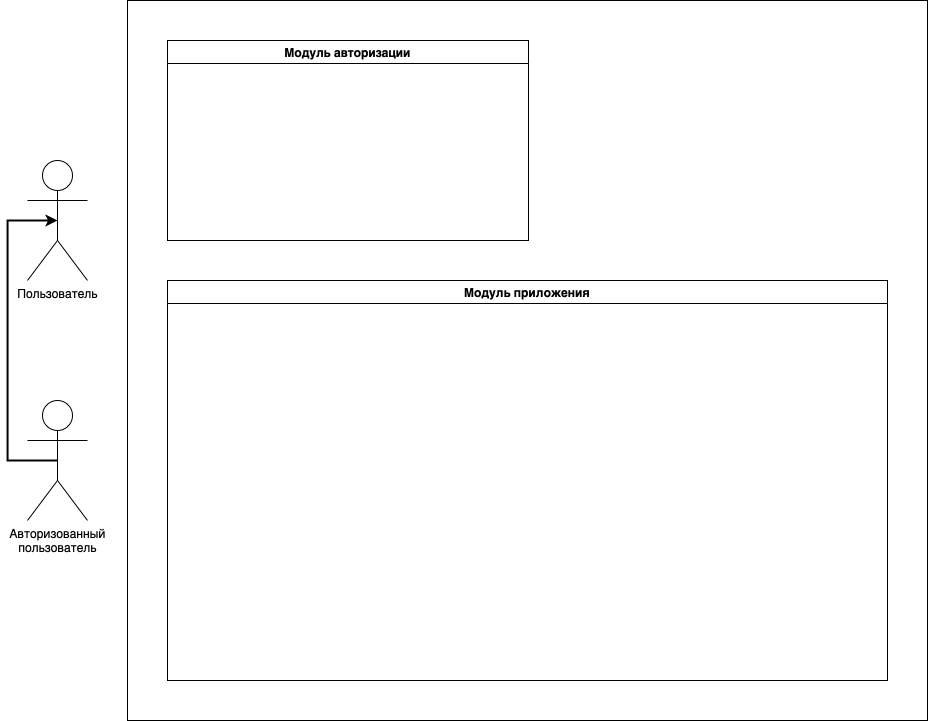
The draw.io diagram doc/use-case-diagram.png in dokerplp/vk-test-task, before a commit. Source tidied: cells renumbered, new cells last; positions are measured from the earlier drawing's top-left corner, leaving out a move shared by most shapes.
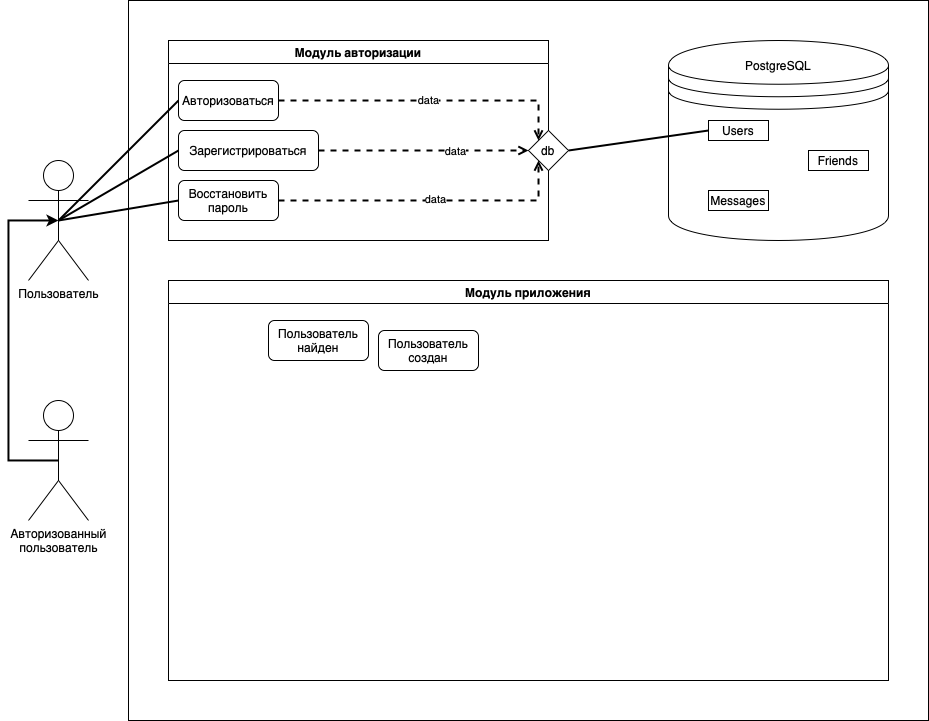
The same diagram one commit later.

Change to the diagram source:
```diff
@@ -16,14 +16,78 @@
     <mxCell id="4" value="Авторизованный&lt;br&gt;пользователь" style="shape=umlActor;verticalLabelPosition=bottom;verticalAlign=top;html=1;outlineConnect=0;" parent="1" vertex="1">
       <mxGeometry x="20" y="400" width="60" height="120" as="geometry" />
     </mxCell>
+    <mxCell id="8" style="rounded=0;jettySize=auto;html=1;exitX=0.5;exitY=0.5;exitDx=0;exitDy=0;exitPerimeter=0;entryX=0;entryY=0.5;entryDx=0;entryDy=0;labelBorderColor=none;strokeWidth=2;endArrow=none;endFill=0;" parent="1" edge="1" source="5" target="13">
+      <mxGeometry relative="1" as="geometry" />
+    </mxCell>
+    <mxCell id="9" style="rounded=0;jettySize=auto;html=1;exitX=0.5;exitY=0.5;exitDx=0;exitDy=0;exitPerimeter=0;entryX=0;entryY=0.5;entryDx=0;entryDy=0;labelBorderColor=none;endArrow=none;endFill=0;strokeWidth=2;" parent="1" edge="1" source="5" target="12">
+      <mxGeometry relative="1" as="geometry" />
+    </mxCell>
+    <mxCell id="10" style="edgeStyle=none;rounded=0;jettySize=auto;html=1;exitX=0.5;exitY=0.5;exitDx=0;exitDy=0;exitPerimeter=0;entryX=0;entryY=0.5;entryDx=0;entryDy=0;labelBorderColor=none;endArrow=none;endFill=0;strokeWidth=2;" parent="1" edge="1" source="5" target="11">
+      <mxGeometry relative="1" as="geometry" />
+    </mxCell>
     <mxCell id="5" value="Пользователь" style="shape=umlActor;verticalLabelPosition=bottom;verticalAlign=top;html=1;outlineConnect=0;" parent="1" vertex="1">
       <mxGeometry x="20" y="160" width="60" height="120" as="geometry" />
     </mxCell>
     <mxCell id="6" value="Модуль авторизации" style="swimlane;" parent="1" vertex="1">
-      <mxGeometry x="160" y="40" width="361" height="200" as="geometry" />
+      <mxGeometry x="160" y="40" width="380" height="200" as="geometry" />
     </mxCell>
+    <mxCell id="11" value="Восстановить пароль" style="rounded=1;whiteSpace=wrap;html=1;" parent="6" vertex="1">
+      <mxGeometry x="10" y="140" width="100" height="40" as="geometry" />
+    </mxCell>
+    <mxCell id="12" value="Зарегистрироваться" style="rounded=1;whiteSpace=wrap;html=1;" parent="6" vertex="1">
+      <mxGeometry x="10" y="90" width="140" height="40" as="geometry" />
+    </mxCell>
+    <mxCell id="13" value="Авторизоваться" style="rounded=1;whiteSpace=wrap;html=1;" parent="6" vertex="1">
+      <mxGeometry x="10" y="40" width="100" height="40" as="geometry" />
+    </mxCell>
     <mxCell id="7" value="Модуль приложения" style="swimlane;" parent="1" vertex="1">
       <mxGeometry x="160" y="280" width="720" height="400" as="geometry" />
     </mxCell>
+    <mxCell id="14" style="shape=datastore;whiteSpace=wrap;html=1;" parent="1" vertex="1">
+      <mxGeometry x="660" y="40" width="220" height="200" as="geometry" />
+    </mxCell>
+    <mxCell id="15" value="PostgreSQL" style="text;html=1;strokeColor=none;fillColor=none;align=center;verticalAlign=middle;whiteSpace=wrap;rounded=0;" parent="1" vertex="1">
+      <mxGeometry x="740" y="50" width="60" height="30" as="geometry" />
+    </mxCell>
+    <mxCell id="16" value="Users" style="rounded=0;whiteSpace=wrap;html=1;" parent="1" vertex="1">
+      <mxGeometry x="700" y="120" width="60" height="20" as="geometry" />
+    </mxCell>
+    <mxCell id="17" value="Friends" style="rounded=0;whiteSpace=wrap;html=1;" parent="1" vertex="1">
+      <mxGeometry x="800" y="150" width="60" height="20" as="geometry" />
+    </mxCell>
+    <mxCell id="18" value="Messages" style="rounded=0;whiteSpace=wrap;html=1;" parent="1" vertex="1">
+      <mxGeometry x="700" y="190" width="60" height="20" as="geometry" />
+    </mxCell>
+    <mxCell id="19" value="data" style="endArrow=open;dashed=1;html=1;rounded=0;labelBorderColor=none;strokeWidth=2;exitX=1;exitY=0.5;exitDx=0;exitDy=0;entryX=0;entryY=0;entryDx=0;entryDy=0;endFill=0;edgeStyle=orthogonalEdgeStyle;" parent="1" edge="1" source="13" target="23">
+      <mxGeometry relative="1" as="geometry">
+        <Array as="points">
+          <mxPoint x="530" y="100" />
+        </Array>
+      </mxGeometry>
+    </mxCell>
+    <mxCell id="20" value="Пользователь найден" style="rounded=1;whiteSpace=wrap;html=1;" parent="1" vertex="1">
+      <mxGeometry x="260" y="320" width="100" height="40" as="geometry" />
+    </mxCell>
+    <mxCell id="21" value="Пользователь создан" style="rounded=1;whiteSpace=wrap;html=1;" parent="1" vertex="1">
+      <mxGeometry x="370" y="330" width="100" height="40" as="geometry" />
+    </mxCell>
+    <mxCell id="22" style="rounded=0;jettySize=auto;html=1;exitX=1;exitY=0.5;exitDx=0;exitDy=0;entryX=0;entryY=0.5;entryDx=0;entryDy=0;labelBorderColor=none;endArrow=none;endFill=0;strokeWidth=2;" parent="1" edge="1" source="23" target="16">
+      <mxGeometry relative="1" as="geometry" />
+    </mxCell>
+    <mxCell id="23" value="db" style="rhombus;whiteSpace=wrap;html=1;" parent="1" vertex="1">
+      <mxGeometry x="520" y="130" width="40" height="40" as="geometry" />
+    </mxCell>
+    <mxCell id="24" style="edgeStyle=none;rounded=0;jettySize=auto;html=1;entryX=0;entryY=0.5;entryDx=0;entryDy=0;labelBorderColor=none;endArrow=open;endFill=0;strokeWidth=2;dashed=1;" parent="1" edge="1" source="12" target="23">
+      <mxGeometry relative="1" as="geometry" />
+    </mxCell>
+    <mxCell id="25" value="data" style="edgeLabel;html=1;align=center;verticalAlign=middle;" parent="24" vertex="1">
+      <mxGeometry x="0.3" y="-1" relative="1" as="geometry" />
+    </mxCell>
+    <mxCell id="26" style="edgeStyle=orthogonalEdgeStyle;rounded=0;jettySize=auto;html=1;exitX=1;exitY=0.5;exitDx=0;exitDy=0;entryX=0;entryY=1;entryDx=0;entryDy=0;dashed=1;labelBorderColor=none;endArrow=open;endFill=0;strokeWidth=2;" parent="1" edge="1" source="11" target="23">
+      <mxGeometry relative="1" as="geometry" />
+    </mxCell>
+    <mxCell id="27" value="data" style="edgeLabel;html=1;align=center;verticalAlign=middle;" parent="26" vertex="1">
+      <mxGeometry x="0.04" y="1" relative="1" as="geometry" />
+    </mxCell>
   </root>
 </mxGraphModel>
```
